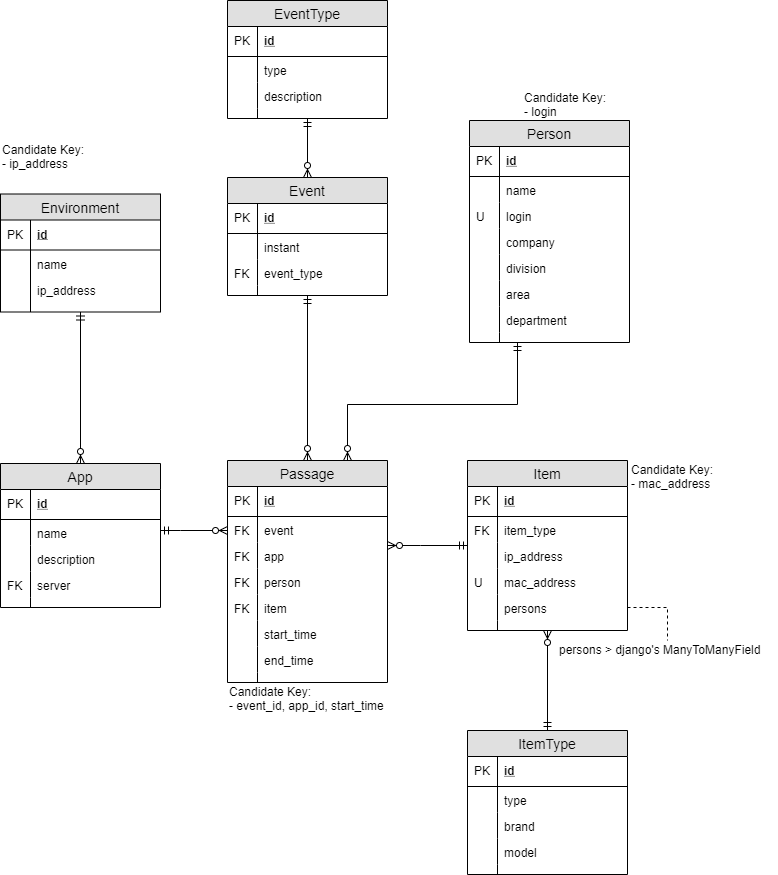
Earlier version of the draw.io export documentation/models/db_model-ER Extended.png (apm1005/TFG). Source tidied: cells renumbered, new cells last; positions are measured from the earlier drawing's top-left corner, leaving out a move shared by most shapes.
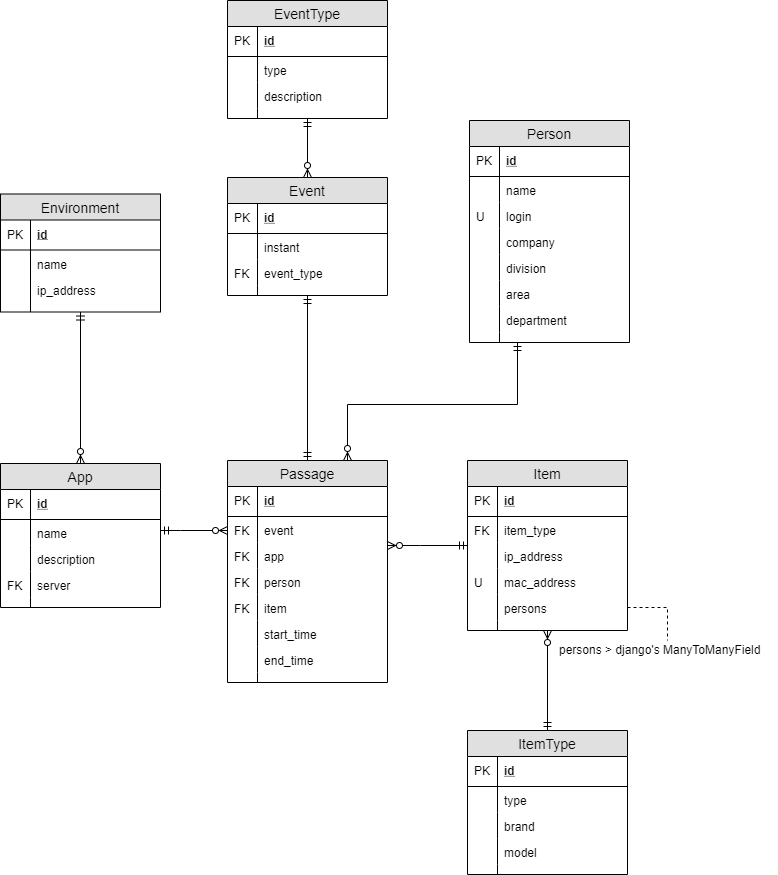
The same diagram one commit later.

Commit message:
Small data model change

What changed in the source:
```diff
@@ -73,7 +73,7 @@
     <mxCell id="23" style="shape=partialRectangle;top=0;left=0;bottom=0;fillColor=none;align=left;verticalAlign=top;spacingLeft=4;spacingRight=4;overflow=hidden;fontSize=12;" parent="22" vertex="1">
       <mxGeometry width="30" height="10" as="geometry" />
     </mxCell>
-    <mxCell id="24" style="edgeStyle=orthogonalEdgeStyle;rounded=0;jettySize=auto;html=1;startArrow=ERzeroToMany;startFill=1;endArrow=ERmandOne;endFill=0;" parent="1" edge="1" source="26" target="15">
+    <mxCell id="24" style="edgeStyle=orthogonalEdgeStyle;rounded=0;jettySize=auto;html=1;startArrow=ERmandOne;startFill=0;endArrow=ERmandOne;endFill=0;" parent="1" edge="1" source="26" target="15">
       <mxGeometry relative="1" as="geometry" />
     </mxCell>
     <mxCell id="25" style="edgeStyle=orthogonalEdgeStyle;rounded=0;jettySize=auto;html=1;exitX=0.75;exitY=0;exitDx=0;exitDy=0;startArrow=ERzeroToMany;startFill=1;endArrow=ERmandOne;endFill=0;" parent="1" edge="1" source="26" target="53">
@@ -326,18 +326,6 @@
     <mxCell id="104" style="shape=partialRectangle;top=0;left=0;bottom=0;fillColor=none;align=left;verticalAlign=top;spacingLeft=4;spacingRight=4;overflow=hidden;fontSize=12;" parent="103" vertex="1">
       <mxGeometry width="30" height="10" as="geometry" />
     </mxCell>
-    <mxCell id="105" value="Candidate Key: &lt;br&gt;- event_id, app_id, start_time" style="text;html=1;align=left;verticalAlign=top;spacingTop=-4;" parent="1" vertex="1">
-      <mxGeometry x="227" y="682" width="170" height="30" as="geometry" />
-    </mxCell>
-    <mxCell id="106" value="Candidate Key:&lt;br&gt;- mac_address" style="text;html=1;align=left;verticalAlign=top;spacingTop=-4;" parent="1" vertex="1">
-      <mxGeometry x="629" y="460" width="100" height="30" as="geometry" />
-    </mxCell>
-    <mxCell id="107" value="Candidate Key:&lt;br&gt;- login" style="text;html=1;align=left;verticalAlign=top;spacingTop=-4;" parent="1" vertex="1">
-      <mxGeometry x="522" y="88" width="100" height="30" as="geometry" />
-    </mxCell>
-    <mxCell id="108" value="Candidate Key:&lt;br&gt;- ip_address" style="text;html=1;align=left;verticalAlign=top;spacingTop=-4;" parent="1" vertex="1">
-      <mxGeometry y="140" width="100" height="30" as="geometry" />
-    </mxCell>
     <mxCell id="109" value="persons &amp;gt; django's ManyToManyField" style="text;html=1;points=[];align=left;verticalAlign=top;spacingTop=-4;" parent="1" vertex="1">
       <mxGeometry x="557" y="640" width="220" height="20" as="geometry" />
     </mxCell>
```
